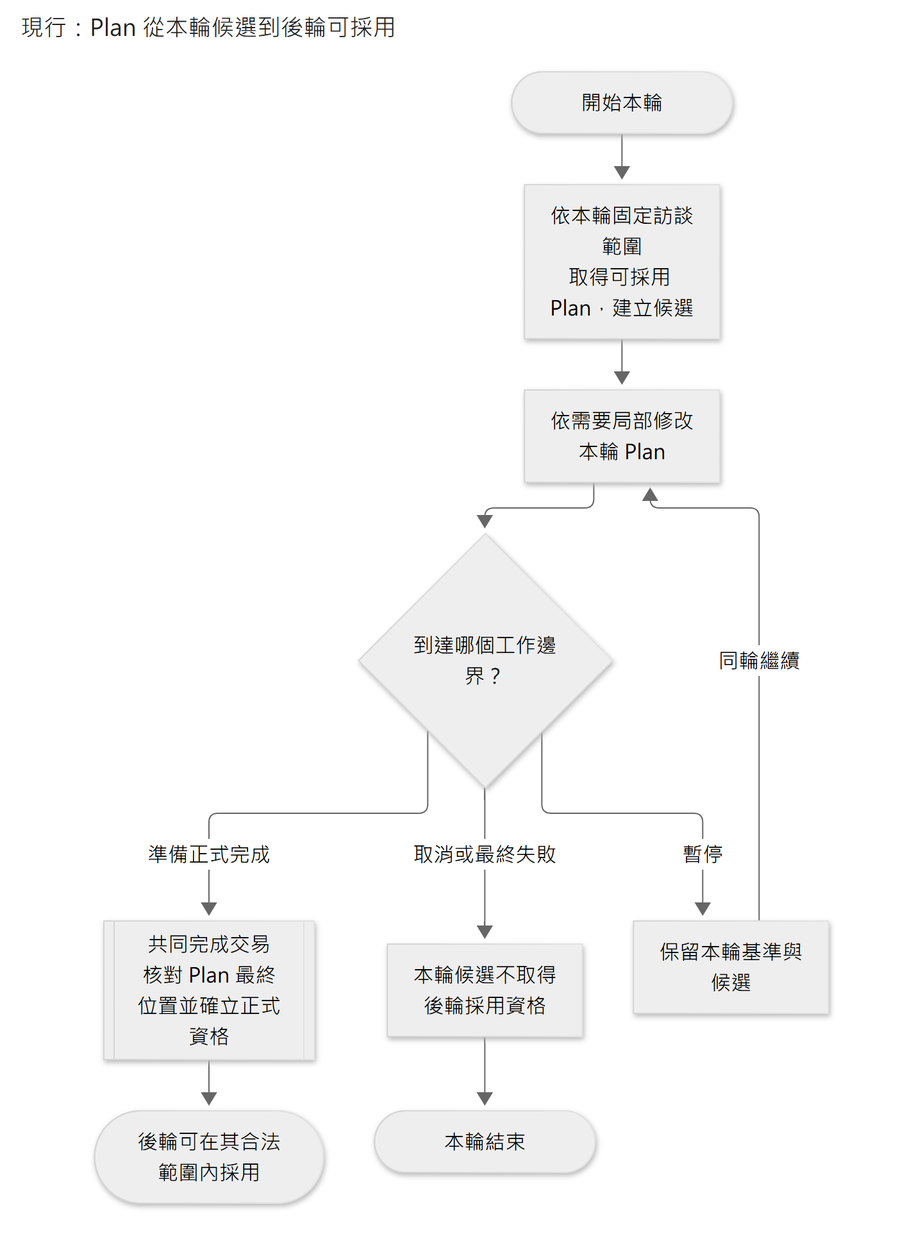
Above: docs/diagrams/architecture/persistence/plan-adoption.png in JD-Consultant/Caliburn (Mermaid), before the change. Its source is kept beside it as docs/diagrams/architecture/persistence/plan-adoption.mmd.
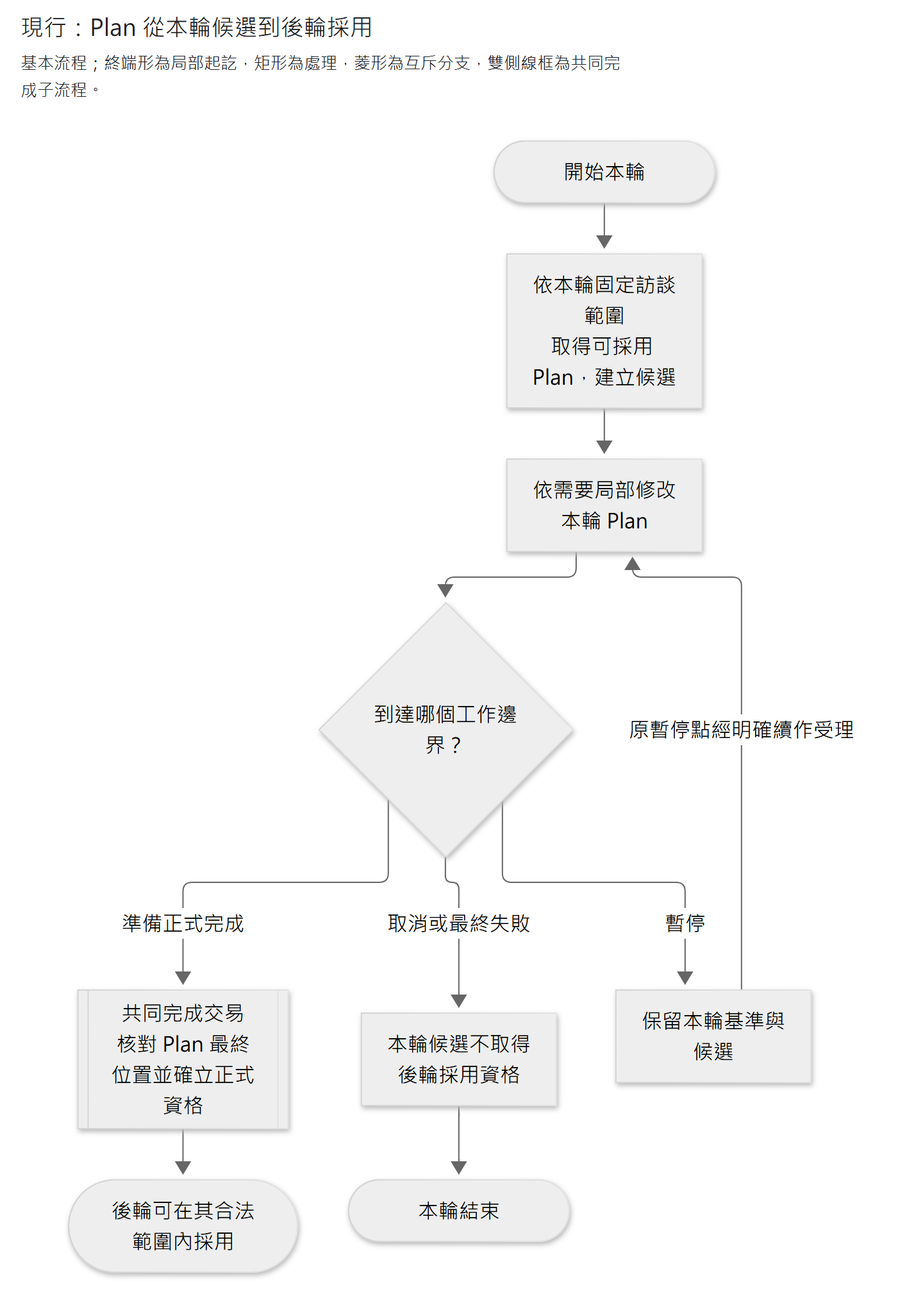
The same diagram one commit later.

Change to the diagram source:
```diff
@@ -3,7 +3,7 @@
   prepare --> work[依需要局部修改本輪 Plan]
   work --> boundary{到達哪個工作邊界？}
   boundary -->|暫停| pause[保留本輪基準與候選]
-  pause -->|同輪繼續| work
+  pause -->|原暫停點經明確續作受理| work
   boundary -->|準備正式完成| commit[[共同完成交易<br/>核對 Plan 最終位置並確立正式資格]]
   commit --> adopted([後輪可在其合法範圍內採用])
   boundary -->|取消或最終失敗| discard[本輪候選不取得後輪採用資格]
```
